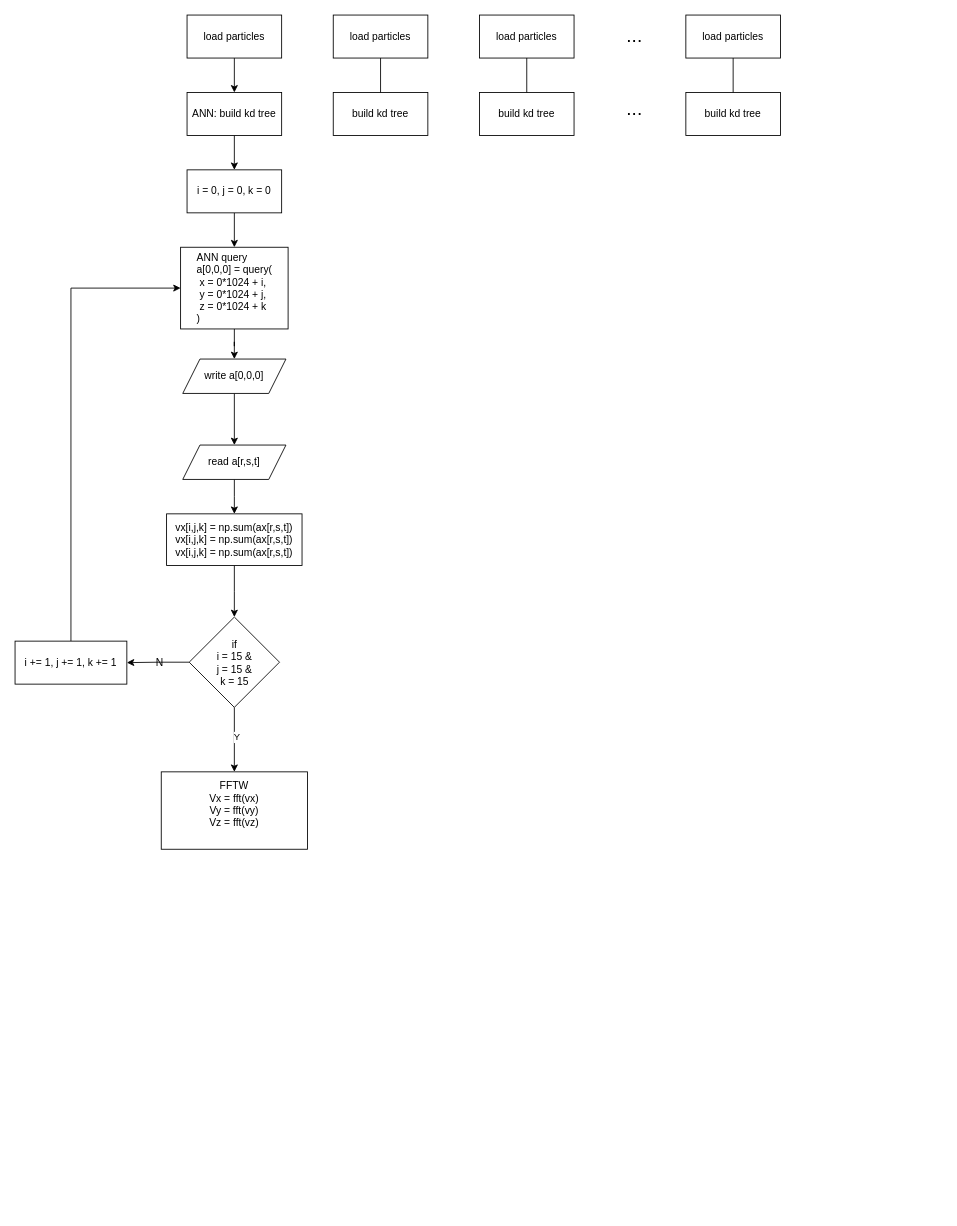
Before: Untitled Diagram.drawio in YujieH3/large-velocity-power-spectrum, a draw.io diagram. Source tidied: cells renumbered, new cells numbered last; positions are measured from the earlier drawing's top-left corner, leaving out a move shared by most shapes. Both pictures are drawn from the tidied source at 86%, with x=0, y=0 at pixel (15, 15).
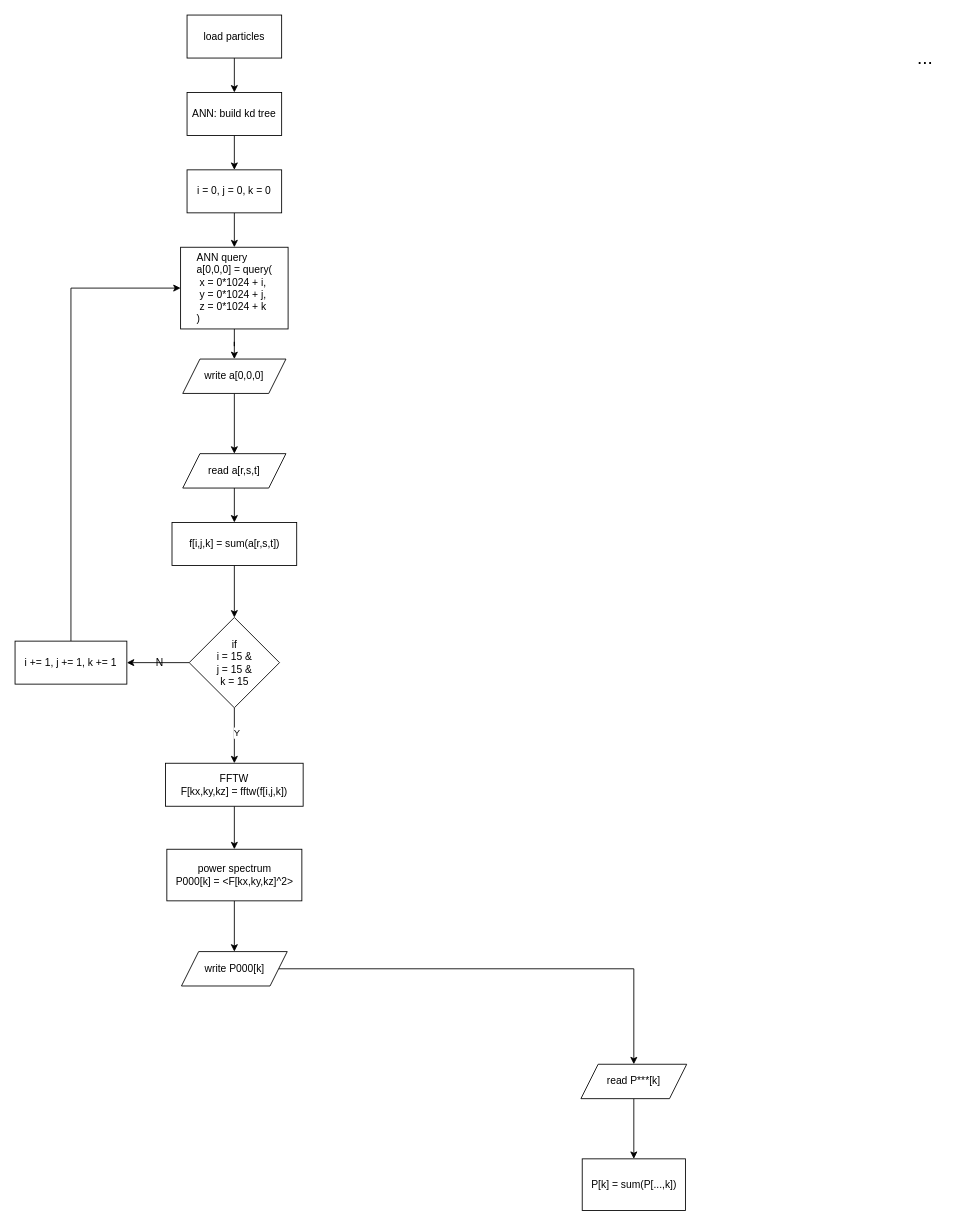
After the change.

Change to the diagram source:
```diff
@@
-    <mxCell id="6" value="load particles" style="rounded=0;whiteSpace=wrap;html=1;" parent="1" vertex="1">
-      <mxGeometry x="370" width="110" height="50" as="geometry" />
-    </mxCell>
-    <mxCell id="7" value="&lt;div&gt;build kd tree&lt;/div&gt;" style="rounded=0;whiteSpace=wrap;html=1;" parent="1" vertex="1">
-      <mxGeometry x="370" y="90" width="110" height="50" as="geometry" />
-    </mxCell>
-    <mxCell id="8" style="endArrow=none;html=1;rounded=0;entryX=0.5;entryY=1;entryDx=0;entryDy=0;exitX=0.5;exitY=0;exitDx=0;exitDy=0;" parent="1" edge="1" source="7" target="6">
-      <mxGeometry relative="1" as="geometry" />
-    </mxCell>
-    <mxCell id="9" value="load particles" style="rounded=0;whiteSpace=wrap;html=1;" parent="1" vertex="1">
-      <mxGeometry x="540" width="110" height="50" as="geometry" />
-    </mxCell>
-    <mxCell id="10" value="&lt;div&gt;build kd tree&lt;/div&gt;" style="rounded=0;whiteSpace=wrap;html=1;" parent="1" vertex="1">
-      <mxGeometry x="540" y="90" width="110" height="50" as="geometry" />
-    </mxCell>
-    <mxCell id="11" style="endArrow=none;html=1;rounded=0;entryX=0.5;entryY=1;entryDx=0;entryDy=0;exitX=0.5;exitY=0;exitDx=0;exitDy=0;" parent="1" edge="1" source="10" target="9">
-      <mxGeometry relative="1" as="geometry" />
-    </mxCell>
-    <mxCell id="12" value="load particles" style="rounded=0;whiteSpace=wrap;html=1;" parent="1" vertex="1">
-      <mxGeometry x="780" width="110" height="50" as="geometry" />
-    </mxCell>
-    <mxCell id="13" value="&lt;div&gt;build kd tree&lt;/div&gt;" style="rounded=0;whiteSpace=wrap;html=1;" parent="1" vertex="1">
-      <mxGeometry x="780" y="90" width="110" height="50" as="geometry" />
-    </mxCell>
-    <mxCell id="14" style="endArrow=none;html=1;rounded=0;entryX=0.5;entryY=1;entryDx=0;entryDy=0;exitX=0.5;exitY=0;exitDx=0;exitDy=0;" parent="1" edge="1" source="13" target="12">
-      <mxGeometry relative="1" as="geometry" />
-    </mxCell>
     <mxCell id="15" value="&lt;div style=&quot;font-size: 22px;&quot;&gt;...&lt;/div&gt;" style="text;html=1;align=center;verticalAlign=middle;strokeColor=none;fillColor=none;" parent="1" vertex="1">
-      <mxGeometry x="700" y="5" width="40" height="40" as="geometry" />
+      <mxGeometry x="1038" y="30" width="40" height="40" as="geometry" />
     </mxCell>
-    <mxCell id="16" value="&lt;div style=&quot;font-size: 22px;&quot;&gt;...&lt;/div&gt;" style="text;html=1;align=center;verticalAlign=middle;strokeColor=none;fillColor=none;" parent="1" vertex="1">
-      <mxGeometry x="700" y="90" width="40" height="40" as="geometry" />
-    </mxCell>
@@
     <mxCell id="24" value="read a[r,s,t]" style="shape=parallelogram;perimeter=parallelogramPerimeter;whiteSpace=wrap;html=1;fixedSize=1;rounded=0;" parent="1" vertex="1">
-      <mxGeometry x="195" y="500" width="120" height="40" as="geometry" />
+      <mxGeometry x="195" y="510" width="120" height="40" as="geometry" />
     </mxCell>
@@
-    <mxCell id="26" value="&lt;div&gt;vx[i,j,k] = np.sum(ax[r,s,t])&lt;/div&gt;&lt;div&gt;vx[i,j,k] = np.sum(ax[r,s,t])&lt;/div&gt;&lt;div&gt;vx[i,j,k] = np.sum(ax[r,s,t])&lt;/div&gt;" style="whiteSpace=wrap;html=1;rounded=0;" parent="1" vertex="1">
-      <mxGeometry x="176.2" y="580" width="157.5" height="60" as="geometry" />
+    <mxCell id="26" value="f[i,j,k] = sum(a[r,s,t])" style="whiteSpace=wrap;html=1;rounded=0;" parent="1" vertex="1">
+      <mxGeometry x="182.5" y="590" width="145" height="50" as="geometry" />
     </mxCell>
@@
     <mxCell id="30" value="&lt;div&gt;if&lt;br&gt;&lt;/div&gt;&lt;div&gt;i = 15 &amp;amp;&lt;br&gt;&lt;/div&gt;&lt;div&gt;j = 15 &amp;amp;&lt;br&gt;&lt;/div&gt;&lt;div&gt;k = 15&lt;br&gt;&lt;/div&gt;" style="rhombus;whiteSpace=wrap;html=1;rounded=0;" parent="1" vertex="1">
-      <mxGeometry x="202.5" y="700" width="105" height="105" as="geometry" />
+      <mxGeometry x="202.5" y="700.5" width="105" height="105" as="geometry" />
     </mxCell>
@@
+    <mxCell id="35" style="edgeStyle=orthogonalEdgeStyle;rounded=0;jettySize=auto;html=1;" parent="1" edge="1" source="34" target="37">
+      <mxGeometry relative="1" as="geometry" />
+    </mxCell>
-    <mxCell id="34" value="&lt;div&gt;FFTW&lt;/div&gt;&lt;div&gt;Vx = fft(vx)&lt;/div&gt;&lt;div&gt;Vy = fft(vy)&lt;/div&gt;&lt;div&gt;Vz = fft(vz)&lt;br&gt;&lt;/div&gt;&lt;div&gt;&lt;br&gt;&lt;/div&gt;" style="whiteSpace=wrap;html=1;rounded=0;" parent="1" vertex="1">
-      <mxGeometry x="170" y="880" width="170" height="90" as="geometry" />
+    <mxCell id="34" value="&lt;div&gt;FFTW&lt;/div&gt;&lt;div&gt;F[kx,ky,kz] = fftw(f[i,j,k])&lt;/div&gt;" style="whiteSpace=wrap;html=1;rounded=0;" parent="1" vertex="1">
+      <mxGeometry x="175" y="870" width="160" height="50" as="geometry" />
     </mxCell>
+    <mxCell id="36" style="edgeStyle=orthogonalEdgeStyle;rounded=0;jettySize=auto;html=1;" parent="1" edge="1" source="37" target="39">
+      <mxGeometry relative="1" as="geometry" />
+    </mxCell>
+    <mxCell id="37" value="&lt;div&gt;power spectrum&lt;/div&gt;&lt;div&gt;P000[k] = &amp;lt;F[kx,ky,kz]^2&amp;gt;&lt;br&gt;&lt;/div&gt;" style="whiteSpace=wrap;html=1;rounded=0;" parent="1" vertex="1">
+      <mxGeometry x="176.5" y="970" width="157" height="60" as="geometry" />
+    </mxCell>
+    <mxCell id="38" style="edgeStyle=orthogonalEdgeStyle;rounded=0;jettySize=auto;html=1;" parent="1" edge="1" source="39" target="41">
+      <mxGeometry relative="1" as="geometry" />
+    </mxCell>
+    <mxCell id="39" value="write P000[k]" style="shape=parallelogram;perimeter=parallelogramPerimeter;whiteSpace=wrap;html=1;fixedSize=1;rounded=0;" parent="1" vertex="1">
+      <mxGeometry x="193.5" y="1089" width="123" height="40" as="geometry" />
+    </mxCell>
+    <mxCell id="40" style="edgeStyle=orthogonalEdgeStyle;rounded=0;jettySize=auto;html=1;" parent="1" edge="1" source="41" target="42">
+      <mxGeometry relative="1" as="geometry" />
+    </mxCell>
+    <mxCell id="41" value="read P***[k]" style="shape=parallelogram;perimeter=parallelogramPerimeter;whiteSpace=wrap;html=1;fixedSize=1;rounded=0;" parent="1" vertex="1">
+      <mxGeometry x="658" y="1220" width="123" height="40" as="geometry" />
+    </mxCell>
+    <mxCell id="42" value="P[k] = sum(P[...,k])" style="whiteSpace=wrap;html=1;rounded=0;" parent="1" vertex="1">
+      <mxGeometry x="659.5" y="1330" width="120" height="60" as="geometry" />
+    </mxCell>
```
